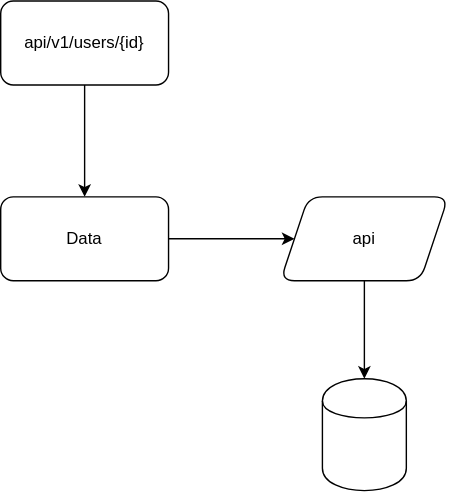
Before: website/firebase_mongodb_nodejs/api_flow/get_user_id.drawio.svg, a diagram exported from draw.io (rospisey/fullstack). Source tidied: cells renumbered, new cells last; positions are measured from the earlier drawing's top-left corner, leaving out a move shared by most shapes.
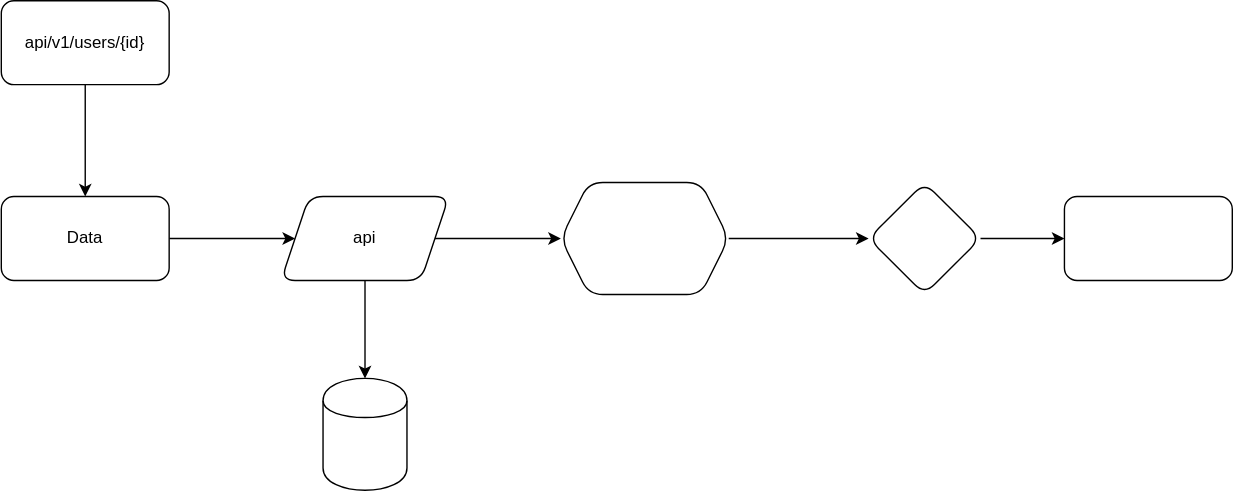
The same diagram one commit later.

The edit, as a diff of the source:
```diff
@@ -17,11 +17,29 @@
     <mxCell id="6" style="edgeStyle=orthogonalEdgeStyle;rounded=0;jettySize=auto;html=1;" parent="1" edge="1" source="7" target="8">
       <mxGeometry relative="1" as="geometry" />
     </mxCell>
+    <mxCell id="9" style="edgeStyle=orthogonalEdgeStyle;rounded=0;jettySize=auto;html=1;" parent="1" edge="1" source="7" target="11">
+      <mxGeometry relative="1" as="geometry" />
+    </mxCell>
     <mxCell id="7" value="api" style="shape=parallelogram;perimeter=parallelogramPerimeter;whiteSpace=wrap;html=1;fixedSize=1;rounded=1;" parent="1" vertex="1">
       <mxGeometry x="200" y="140" width="120" height="60" as="geometry" />
     </mxCell>
     <mxCell id="8" style="shape=cylinder;whiteSpace=wrap;html=1;boundedLbl=1;backgroundOutline=1;rounded=1;" parent="1" vertex="1">
       <mxGeometry x="230" y="270" width="60" height="80" as="geometry" />
     </mxCell>
+    <mxCell id="10" style="edgeStyle=orthogonalEdgeStyle;rounded=0;jettySize=auto;html=1;" parent="1" edge="1" source="11" target="13">
+      <mxGeometry relative="1" as="geometry" />
+    </mxCell>
+    <mxCell id="11" style="shape=hexagon;perimeter=hexagonPerimeter2;whiteSpace=wrap;html=1;fixedSize=1;rounded=1;" parent="1" vertex="1">
+      <mxGeometry x="400" y="130" width="120" height="80" as="geometry" />
+    </mxCell>
+    <mxCell id="12" style="edgeStyle=orthogonalEdgeStyle;rounded=0;jettySize=auto;html=1;" parent="1" edge="1" source="13" target="14">
+      <mxGeometry relative="1" as="geometry" />
+    </mxCell>
+    <mxCell id="13" style="rhombus;whiteSpace=wrap;html=1;rounded=1;" parent="1" vertex="1">
+      <mxGeometry x="620" y="130" width="80" height="80" as="geometry" />
+    </mxCell>
+    <mxCell id="14" style="whiteSpace=wrap;html=1;rounded=1;" parent="1" vertex="1">
+      <mxGeometry x="760" y="140" width="120" height="60" as="geometry" />
+    </mxCell>
   </root>
 </mxGraphModel>
```
